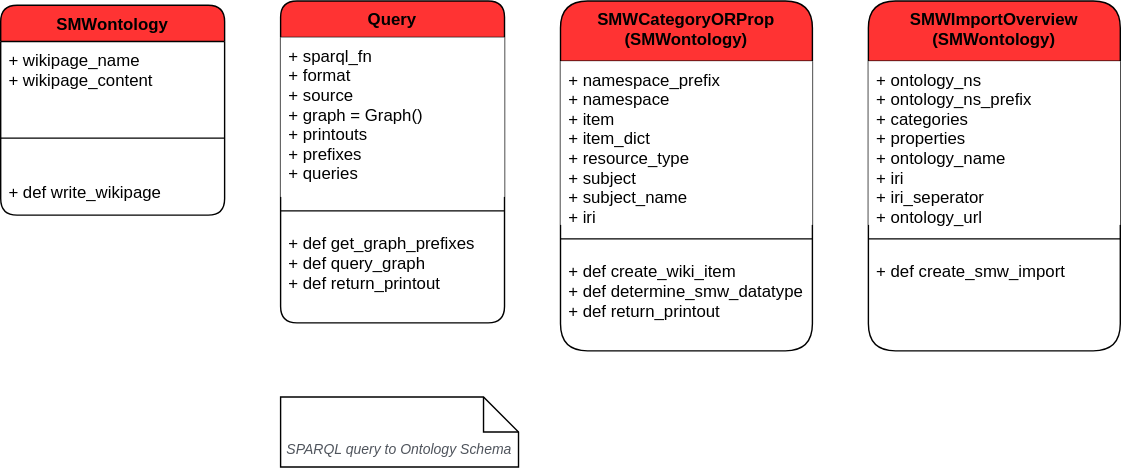
Earlier version of the draw.io export docs/ontology2smw_classes.svg (andrecastro0o/ontology2smw). Source tidied: cells renumbered, new cells last; positions are measured from the earlier drawing's top-left corner, leaving out a move shared by most shapes.
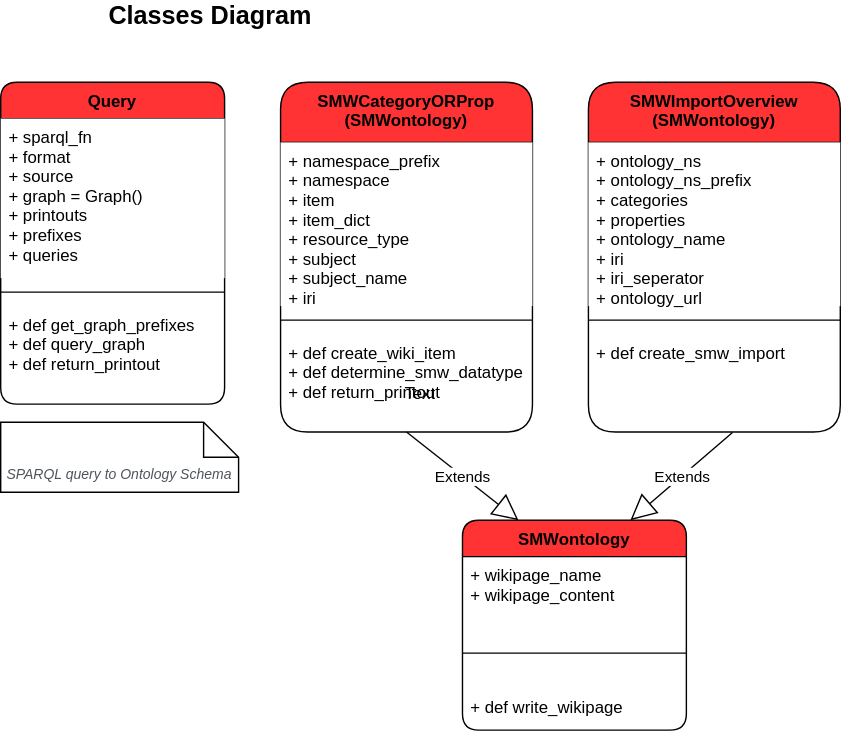
The same file after the commit.

Commit message:
flow diagram

What changed in the source:
```diff
@@ -3,7 +3,7 @@
     <mxCell id="0" />
     <mxCell id="1" parent="0" />
     <mxCell id="2" value="SMWontology" style="swimlane;fontStyle=1;align=center;verticalAlign=top;horizontal=1;startSize=26;rounded=1;shadow=0;glass=0;sketch=0;fillColor=#FF3333;gradientColor=none;fontSize=12;html=0;" parent="1" vertex="1">
-      <mxGeometry y="3" width="160" height="150" as="geometry" />
+      <mxGeometry x="530" y="313" width="160" height="150" as="geometry" />
     </mxCell>
     <mxCell id="3" value="+ wikipage_name&#10;+ wikipage_content&#10;&#10;" style="text;strokeColor=none;fillColor=none;align=left;verticalAlign=top;spacingLeft=4;spacingRight=4;overflow=hidden;" parent="2" vertex="1">
       <mxGeometry y="26" width="160" height="44" as="geometry" />
@@ -27,7 +27,7 @@
       <mxGeometry y="160" width="160" height="70" as="geometry" />
     </mxCell>
     <mxCell id="10" value="&lt;i&gt;&lt;font color=&quot;#4F545C&quot;&gt;SPARQL query to Ontology Schema&lt;/font&gt;&lt;/i&gt;" style="shape=note2;boundedLbl=1;whiteSpace=wrap;html=1;size=25;verticalAlign=top;align=center;rounded=1;shadow=0;glass=0;sketch=0;gradientColor=none;fontSize=10;fontColor=none;fillColor=#FFFFFF;" parent="1" vertex="1">
-      <mxGeometry x="200" y="283" width="170" height="50" as="geometry" />
+      <mxGeometry x="200" y="243" width="170" height="50" as="geometry" />
     </mxCell>
     <mxCell id="11" value="SMWCategoryORProp&#10;(SMWontology)" style="swimlane;fontStyle=1;align=center;verticalAlign=top;horizontal=1;startSize=43;rounded=1;shadow=0;glass=0;sketch=0;fillColor=#FF3333;gradientColor=none;fontSize=12;html=0;" parent="1" vertex="1">
       <mxGeometry x="400" width="180" height="250" as="geometry" />
@@ -53,5 +53,17 @@
     <mxCell id="18" value="+ def create_smw_import&#10;&#10;" style="text;strokeColor=none;fillColor=none;align=left;verticalAlign=top;spacingLeft=4;spacingRight=4;overflow=hidden;points=[[0,0.5],[1,0.5]];portConstraint=eastwest;" parent="15" vertex="1">
       <mxGeometry y="180" width="180" height="70" as="geometry" />
     </mxCell>
+    <mxCell id="19" value="Extends" style="endArrow=block;endSize=16;endFill=0;html=1;exitX=0.5;exitY=1;exitDx=0;exitDy=0;entryX=0.25;entryY=0;entryDx=0;entryDy=0;" parent="1" edge="1" source="11" target="2">
+      <mxGeometry relative="1" as="geometry" />
+    </mxCell>
+    <mxCell id="20" value="Extends" style="endArrow=block;endSize=16;endFill=0;html=1;exitX=0.572;exitY=1.004;exitDx=0;exitDy=0;entryX=0.75;entryY=0;entryDx=0;entryDy=0;exitPerimeter=0;" parent="1" edge="1" source="18" target="2">
+      <mxGeometry relative="1" as="geometry" />
+    </mxCell>
+    <mxCell id="21" value="Text" style="text;html=1;strokeColor=none;fillColor=none;align=center;verticalAlign=middle;whiteSpace=wrap;rounded=0;" parent="1" vertex="1">
+      <mxGeometry x="480" y="213" width="40" height="20" as="geometry" />
+    </mxCell>
+    <mxCell id="22" value="Classes Diagram" style="text;html=1;strokeColor=none;fillColor=none;align=center;verticalAlign=middle;whiteSpace=wrap;rounded=0;fontSize=18;fontStyle=1;" parent="1" vertex="1">
+      <mxGeometry x="200" y="-57" width="300" height="20" as="geometry" />
+    </mxCell>
   </root>
 </mxGraphModel>
```
